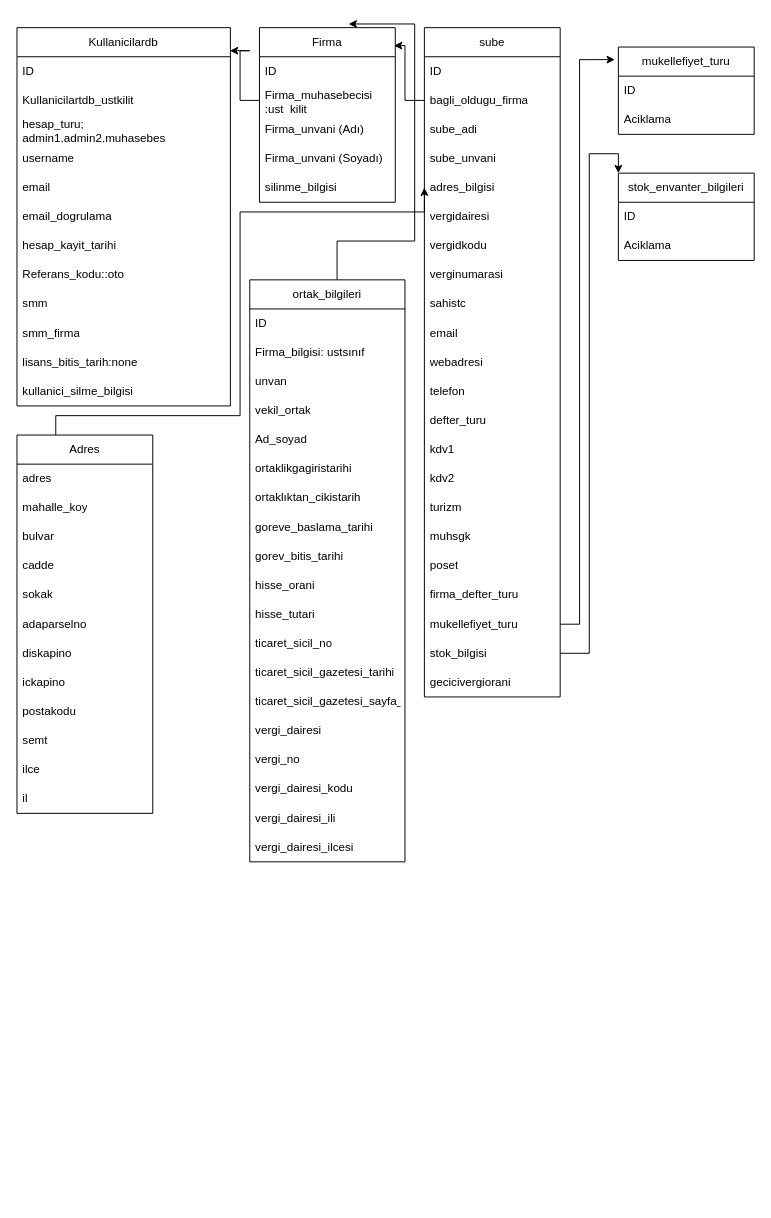
habipels/ware_finans keeps this draw.io diagram as ware_finans/dbprogramlama/muhasebedb.drawio. Above is the earlier version. Source tidied: cells renumbered, new cells numbered last; positions are measured from the earlier drawing's top-left corner, leaving out a move shared by most shapes. Both pictures are drawn from the tidied source at 97%, with x=0, y=0 at pixel (16, 23).
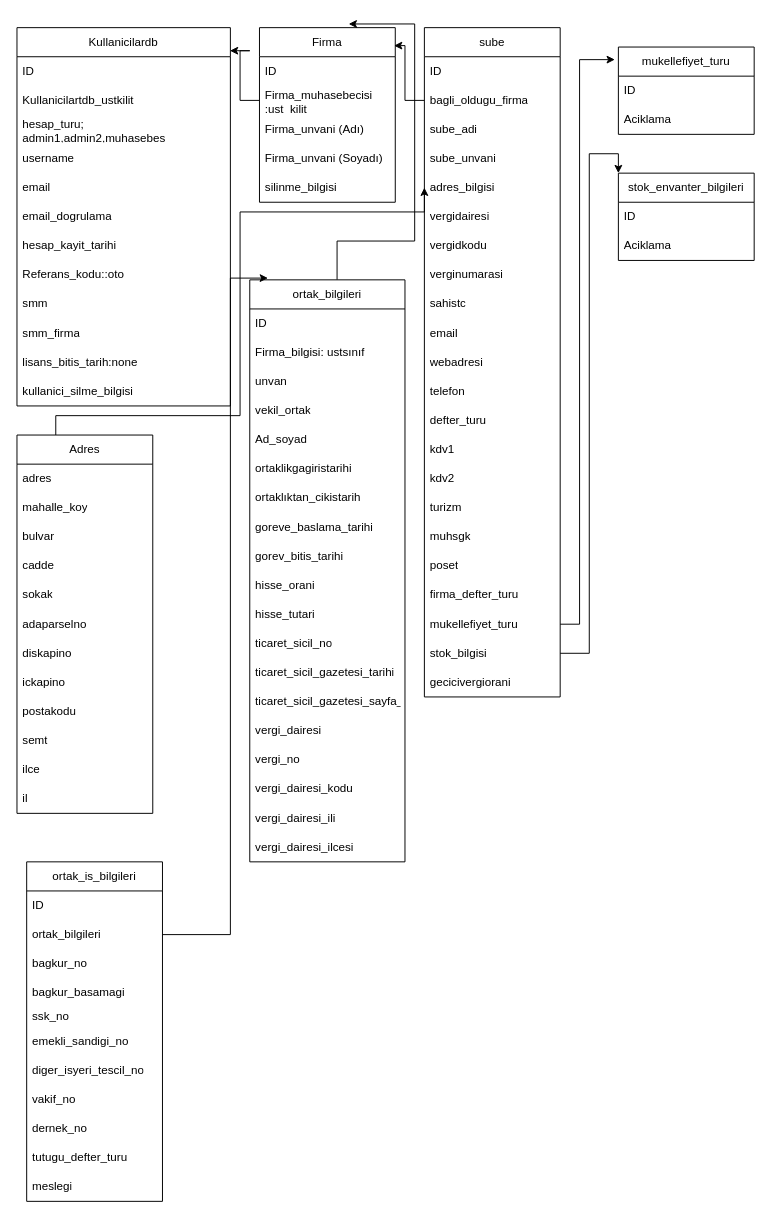
The same diagram, later.

The change refers to these unchanged cells:
```xml
<mxCell id="69" value="ortak_bilgileri" style="swimlane;fontStyle=0;horizontal=1;startSize=30;whiteSpace=wrap;html=1;" parent="1" vertex="1">
  <mxGeometry x="240" y="264" width="160" height="600" as="geometry" />
</mxCell>
```

Diff of the diagram source:
```diff
@@
+    <mxCell id="89" value="ortak_is_bilgileri" style="swimlane;fontStyle=0;horizontal=1;startSize=30;whiteSpace=wrap;html=1;" parent="1" vertex="1">
+      <mxGeometry x="10" y="864" width="140" height="350" as="geometry" />
+    </mxCell>
+    <mxCell id="90" value="ID" style="text;strokeColor=none;fillColor=none;align=left;verticalAlign=middle;spacingLeft=4;spacingRight=4;overflow=hidden;whiteSpace=wrap;html=1;" parent="89" vertex="1">
+      <mxGeometry y="30" width="140" height="30" as="geometry" />
+    </mxCell>
+    <mxCell id="91" value="ortak_bilgileri" style="text;strokeColor=none;fillColor=none;align=left;verticalAlign=middle;spacingLeft=4;spacingRight=4;overflow=hidden;points=[[0,0.5],[1,0.5]];portConstraint=eastwest;whiteSpace=wrap;html=1;" parent="89" vertex="1">
+      <mxGeometry y="60" width="140" height="30" as="geometry" />
+    </mxCell>
+    <mxCell id="92" value="bagkur_no" style="text;strokeColor=none;fillColor=none;align=left;verticalAlign=middle;spacingLeft=4;spacingRight=4;overflow=hidden;whiteSpace=wrap;html=1;" parent="89" vertex="1">
+      <mxGeometry y="90" width="140" height="30" as="geometry" />
+    </mxCell>
+    <mxCell id="93" value="bagkur_basamagi" style="text;strokeColor=none;fillColor=none;align=left;verticalAlign=middle;spacingLeft=4;spacingRight=4;overflow=hidden;whiteSpace=wrap;html=1;" parent="89" vertex="1">
+      <mxGeometry y="120" width="140" height="30" as="geometry" />
+    </mxCell>
+    <mxCell id="94" value="ssk_no" style="text;strokeColor=none;fillColor=none;align=left;verticalAlign=middle;spacingLeft=4;spacingRight=4;overflow=hidden;whiteSpace=wrap;html=1;" parent="89" vertex="1">
+      <mxGeometry y="150" width="140" height="20" as="geometry" />
+    </mxCell>
+    <mxCell id="95" value="emekli_sandigi_no" style="text;strokeColor=none;fillColor=none;align=left;verticalAlign=middle;spacingLeft=4;spacingRight=4;overflow=hidden;whiteSpace=wrap;html=1;" parent="89" vertex="1">
+      <mxGeometry y="170" width="140" height="30" as="geometry" />
+    </mxCell>
+    <mxCell id="96" value="diger_isyeri_tescil_no" style="text;strokeColor=none;fillColor=none;align=left;verticalAlign=middle;spacingLeft=4;spacingRight=4;overflow=hidden;whiteSpace=wrap;html=1;" parent="89" vertex="1">
+      <mxGeometry y="200" width="140" height="30" as="geometry" />
+    </mxCell>
+    <mxCell id="97" value="vakif_no" style="text;strokeColor=none;fillColor=none;align=left;verticalAlign=middle;spacingLeft=4;spacingRight=4;overflow=hidden;whiteSpace=wrap;html=1;" parent="89" vertex="1">
+      <mxGeometry y="230" width="140" height="30" as="geometry" />
+    </mxCell>
+    <mxCell id="98" value="dernek_no" style="text;strokeColor=none;fillColor=none;align=left;verticalAlign=middle;spacingLeft=4;spacingRight=4;overflow=hidden;whiteSpace=wrap;html=1;" parent="89" vertex="1">
+      <mxGeometry y="260" width="140" height="30" as="geometry" />
+    </mxCell>
+    <mxCell id="99" value="tutugu_defter_turu" style="text;strokeColor=none;fillColor=none;align=left;verticalAlign=middle;spacingLeft=4;spacingRight=4;overflow=hidden;whiteSpace=wrap;html=1;" parent="89" vertex="1">
+      <mxGeometry y="290" width="140" height="30" as="geometry" />
+    </mxCell>
+    <mxCell id="100" value="meslegi" style="text;strokeColor=none;fillColor=none;align=left;verticalAlign=middle;spacingLeft=4;spacingRight=4;overflow=hidden;whiteSpace=wrap;html=1;" parent="89" vertex="1">
+      <mxGeometry y="320" width="140" height="30" as="geometry" />
+    </mxCell>
+    <mxCell id="101" style="edgeStyle=orthogonalEdgeStyle;rounded=0;jettySize=auto;html=1;entryX=0.117;entryY=-0.003;entryDx=0;entryDy=0;entryPerimeter=0;" parent="1" edge="1" source="91" target="69">
+      <mxGeometry relative="1" as="geometry">
+        <Array as="points">
+          <mxPoint x="220" y="939" />
+          <mxPoint x="220" y="262" />
+        </Array>
+      </mxGeometry>
+    </mxCell>
```
